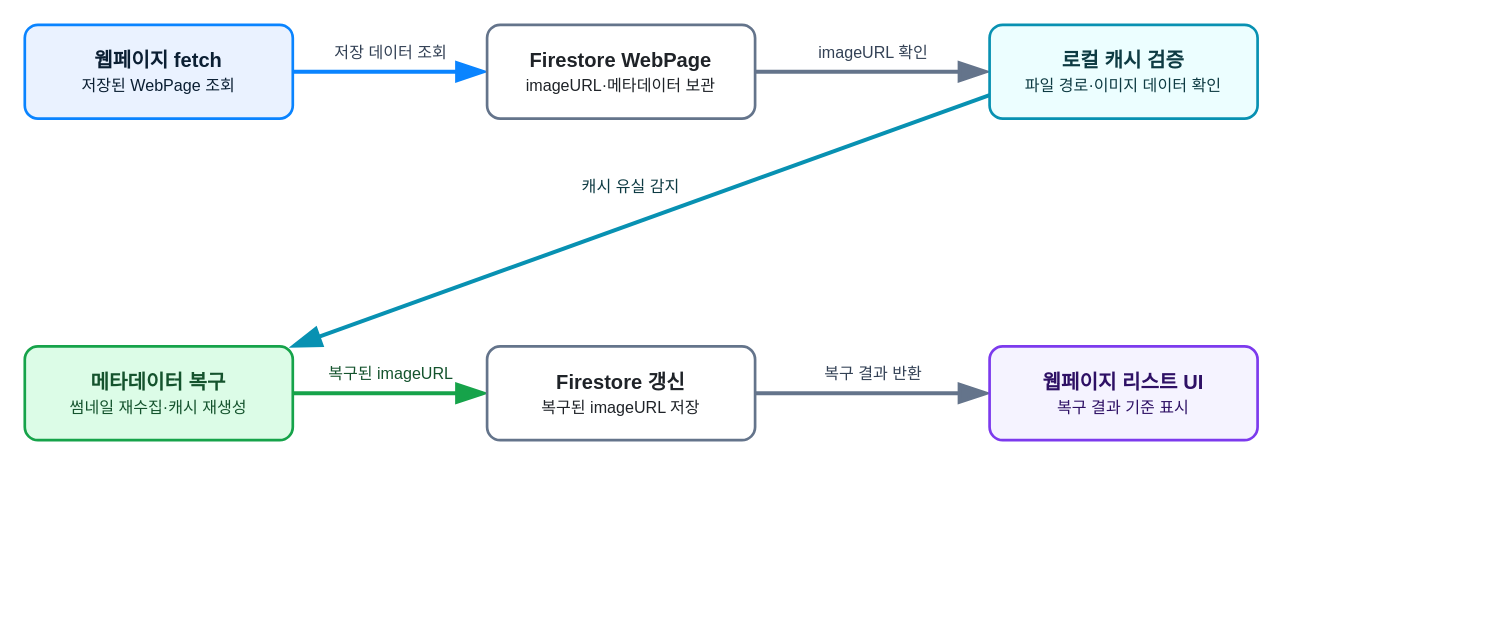
opficdev/DevLog_iOS keeps this draw.io diagram as page "WebPage Image Restore Flow" (4 of 7) of docs/DevLog.drawio. Above is the earlier version. Source tidied: cells renumbered, new cells numbered last; positions are measured from the earlier drawing's top-left corner, leaving out a move shared by most shapes. Both pictures are drawn from the tidied source at 134%, with x=0, y=0 at pixel (24, 24).
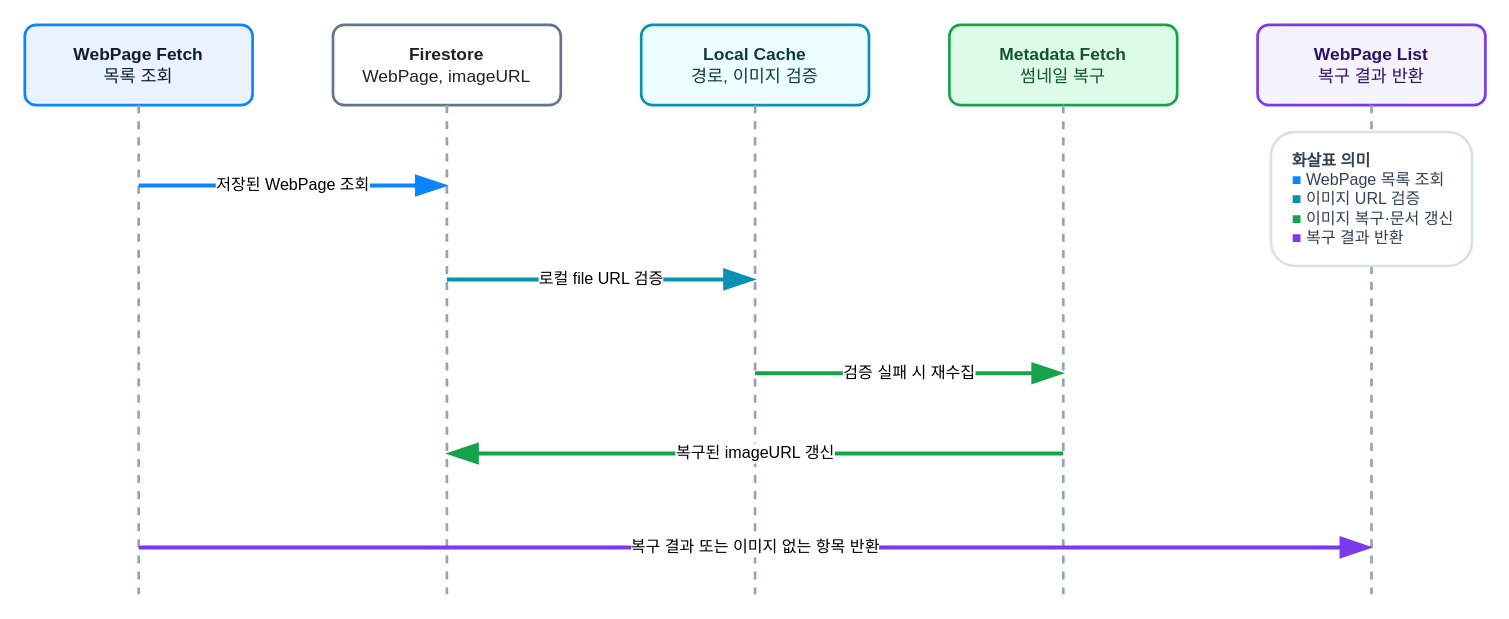
The same diagram, later.

The edit, as a diff of the source:
```diff
@@
-    <mxCell id="2" value="저장 데이터 조회" style="endArrow=blockThin;endFill=1;endSize=16;html=1;rounded=0;strokeColor=#0A84FF;strokeWidth=3;labelBackgroundColor=#FFFFFF;fontSize=12;fontColor=#334155;" parent="1" edge="1" source="7" target="8">
-      <mxGeometry relative="1" as="geometry">
-        <mxPoint y="-14" as="offset" />
-      </mxGeometry>
-    </mxCell>
-    <mxCell id="3" value="imageURL 확인" style="endArrow=blockThin;endFill=1;endSize=16;html=1;rounded=0;strokeColor=#64748B;strokeWidth=3;labelBackgroundColor=#FFFFFF;fontSize=12;fontColor=#334155;" parent="1" edge="1" source="8" target="9">
-      <mxGeometry relative="1" as="geometry">
-        <mxPoint y="-14" as="offset" />
-      </mxGeometry>
-    </mxCell>
-    <mxCell id="4" value="캐시 유실 감지" style="endArrow=blockThin;endFill=1;endSize=16;html=1;rounded=0;strokeColor=#0891B2;strokeWidth=3;labelBackgroundColor=#FFFFFF;fontSize=12;fontColor=#0E3B43;exitX=0;exitY=0.75;exitDx=0;exitDy=0;entryX=0.991;entryY=0.008;entryDx=0;entryDy=0;entryPerimeter=0;" parent="1" edge="1" source="9" target="10">
-      <mxGeometry x="-0.01" y="-26" relative="1" as="geometry" />
-    </mxCell>
-    <mxCell id="5" value="복구된 imageURL" style="endArrow=blockThin;endFill=1;endSize=16;html=1;rounded=0;strokeColor=#16A34A;strokeWidth=3;labelBackgroundColor=#FFFFFF;fontSize=12;fontColor=#14532D;" parent="1" edge="1" source="10" target="11">
-      <mxGeometry relative="1" as="geometry">
-        <mxPoint y="-14" as="offset" />
-      </mxGeometry>
-    </mxCell>
-    <mxCell id="6" value="복구 결과 반환" style="endArrow=blockThin;endFill=1;endSize=16;html=1;rounded=0;strokeColor=#64748B;strokeWidth=3;labelBackgroundColor=#FFFFFF;fontSize=12;fontColor=#334155;" parent="1" edge="1" source="11" target="12">
-      <mxGeometry relative="1" as="geometry">
-        <mxPoint y="-14" as="offset" />
-      </mxGeometry>
-    </mxCell>
-    <mxCell id="7" value="&lt;b&gt;웹페이지 fetch&lt;/b&gt;&lt;div&gt;&lt;span style=&quot;font-size:12px;font-weight:400;&quot;&gt;저장된 WebPage 조회&lt;/span&gt;&lt;/div&gt;" style="rounded=1;arcSize=14;whiteSpace=wrap;html=1;fillColor=#EAF2FF;strokeColor=#0A84FF;strokeWidth=2;fontColor=#0B1F33;fontStyle=1;fontSize=15;" parent="1" vertex="1">
-      <mxGeometry width="200" height="70" as="geometry" />
+    <mxCell id="7" value="&lt;b&gt;WebPage Fetch&lt;/b&gt;&lt;br&gt;&lt;span style=&quot;font-weight: normal;&quot;&gt;목록 조회&lt;/span&gt;" style="rounded=1;arcSize=14;whiteSpace=wrap;html=1;fillColor=#EAF2FF;strokeColor=#0A84FF;strokeWidth=2;fontColor=#0B1F33;fontSize=13;align=center;" parent="1" vertex="1">
+      <mxGeometry width="170" height="60" as="geometry" />
     </mxCell>
-    <mxCell id="8" value="&lt;b&gt;Firestore WebPage&lt;/b&gt;&lt;div&gt;&lt;span style=&quot;font-size:12px;font-weight:400;&quot;&gt;imageURL·메타데이터 보관&lt;/span&gt;&lt;/div&gt;" style="rounded=1;arcSize=14;whiteSpace=wrap;html=1;fillColor=#FFFFFF;strokeColor=#64748B;strokeWidth=2;fontColor=#1F2328;fontStyle=1;fontSize=15;" parent="1" vertex="1">
-      <mxGeometry x="345" width="200" height="70" as="geometry" />
-    </mxCell>
-    <mxCell id="9" value="&lt;b&gt;로컬 캐시 검증&lt;/b&gt;&lt;div&gt;&lt;span style=&quot;font-size:12px;font-weight:400;&quot;&gt;파일 경로·이미지 데이터 확인&lt;/span&gt;&lt;/div&gt;" style="rounded=1;arcSize=14;whiteSpace=wrap;html=1;fillColor=#ECFEFF;strokeColor=#0891B2;strokeWidth=2;fontColor=#0E3B43;fontStyle=1;fontSize=15;" parent="1" vertex="1">
-      <mxGeometry x="720" width="200" height="70" as="geometry" />
-    </mxCell>
+    <mxCell id="13" value="&lt;b&gt;Firestore&lt;/b&gt;&lt;br&gt;&lt;span style=&quot;font-weight: normal;&quot;&gt;WebPage, imageURL&lt;/span&gt;" style="rounded=1;arcSize=14;whiteSpace=wrap;html=1;fillColor=#FFFFFF;strokeColor=#64748B;strokeWidth=2;fontColor=#1F2328;fontSize=13;align=center;" parent="1" vertex="1">
+      <mxGeometry x="230" width="170" height="60" as="geometry" />
+    </mxCell>
+    <mxCell id="14" value="&lt;b&gt;Local Cache&lt;/b&gt;&lt;br&gt;&lt;span style=&quot;font-weight: normal;&quot;&gt;경로, 이미지 검증&lt;/span&gt;" style="rounded=1;arcSize=14;whiteSpace=wrap;html=1;fillColor=#ECFEFF;strokeColor=#0891B2;strokeWidth=2;fontColor=#0E3B43;fontSize=13;align=center;" parent="1" vertex="1">
+      <mxGeometry x="460" width="170" height="60" as="geometry" />
+    </mxCell>
+    <mxCell id="15" value="&lt;b&gt;Metadata Fetch&lt;/b&gt;&lt;br&gt;&lt;span style=&quot;font-weight: normal;&quot;&gt;썸네일 복구&lt;/span&gt;" style="rounded=1;arcSize=14;whiteSpace=wrap;html=1;fillColor=#DCFCE7;strokeColor=#16A34A;strokeWidth=2;fontColor=#14532D;fontSize=13;align=center;" parent="1" vertex="1">
+      <mxGeometry x="690" width="170" height="60" as="geometry" />
+    </mxCell>
+    <mxCell id="16" value="&lt;b&gt;WebPage List&lt;/b&gt;&lt;br&gt;&lt;span style=&quot;font-weight: normal;&quot;&gt;복구 결과 반환&lt;/span&gt;" style="rounded=1;arcSize=14;whiteSpace=wrap;html=1;fillColor=#F5F3FF;strokeColor=#7C3AED;strokeWidth=2;fontColor=#2E1065;fontSize=13;align=center;" parent="1" vertex="1">
+      <mxGeometry x="920" width="170" height="60" as="geometry" />
+    </mxCell>
+    <mxCell id="17" style="html=1;endArrow=none;dashed=1;strokeColor=#94A3B8;strokeWidth=2;" parent="1" edge="1">
+      <mxGeometry relative="1" as="geometry">
+        <mxPoint x="85" y="60" as="sourcePoint" />
+        <mxPoint x="85" y="425" as="targetPoint" />
+      </mxGeometry>
+    </mxCell>
+    <mxCell id="18" style="html=1;endArrow=none;dashed=1;strokeColor=#94A3B8;strokeWidth=2;" parent="1" edge="1">
+      <mxGeometry relative="1" as="geometry">
+        <mxPoint x="315" y="60" as="sourcePoint" />
+        <mxPoint x="315" y="425" as="targetPoint" />
+      </mxGeometry>
+    </mxCell>
+    <mxCell id="19" style="html=1;endArrow=none;dashed=1;strokeColor=#94A3B8;strokeWidth=2;" parent="1" edge="1">
+      <mxGeometry relative="1" as="geometry">
+        <mxPoint x="545" y="60" as="sourcePoint" />
+        <mxPoint x="545" y="425" as="targetPoint" />
+      </mxGeometry>
+    </mxCell>
+    <mxCell id="20" style="html=1;endArrow=none;dashed=1;strokeColor=#94A3B8;strokeWidth=2;" parent="1" edge="1">
+      <mxGeometry relative="1" as="geometry">
+        <mxPoint x="775" y="60" as="sourcePoint" />
+        <mxPoint x="775" y="425" as="targetPoint" />
+      </mxGeometry>
+    </mxCell>
+    <mxCell id="21" style="html=1;endArrow=none;dashed=1;strokeColor=#94A3B8;strokeWidth=2;" parent="1" edge="1">
+      <mxGeometry relative="1" as="geometry">
+        <mxPoint x="1005" y="60" as="sourcePoint" />
+        <mxPoint x="1005" y="425" as="targetPoint" />
+      </mxGeometry>
+    </mxCell>
+    <mxCell id="22" value="저장된 WebPage 조회" style="endArrow=blockThin;endFill=1;endSize=16;html=1;rounded=1;strokeColor=#0A84FF;strokeWidth=3;labelBackgroundColor=#FFFFFF;fontSize=12;" parent="1" edge="1">
+      <mxGeometry relative="1" as="geometry">
+        <mxPoint x="85" y="120" as="sourcePoint" />
+        <mxPoint x="315" y="120" as="targetPoint" />
+      </mxGeometry>
+    </mxCell>
+    <mxCell id="23" value="로컬 file URL 검증" style="endArrow=blockThin;endFill=1;endSize=16;html=1;rounded=1;strokeColor=#0891B2;strokeWidth=3;labelBackgroundColor=#FFFFFF;fontSize=12;" parent="1" edge="1">
+      <mxGeometry relative="1" as="geometry">
+        <mxPoint x="315" y="190" as="sourcePoint" />
+        <mxPoint x="545" y="190" as="targetPoint" />
+      </mxGeometry>
+    </mxCell>
-    <mxCell id="10" value="&lt;b&gt;메타데이터 복구&lt;/b&gt;&lt;div&gt;&lt;span style=&quot;font-size:12px;font-weight:400;&quot;&gt;썸네일 재수집·캐시 재생성&lt;/span&gt;&lt;/div&gt;" style="rounded=1;arcSize=14;whiteSpace=wrap;html=1;fillColor=#DCFCE7;strokeColor=#16A34A;strokeWidth=2;fontColor=#14532D;fontStyle=1;fontSize=15;" parent="1" vertex="1">
-      <mxGeometry y="240" width="200" height="70" as="geometry" />
+    <mxCell id="10" value="검증 실패 시 재수집" style="endArrow=blockThin;endFill=1;endSize=16;html=1;rounded=1;strokeColor=#16A34A;strokeWidth=3;labelBackgroundColor=#FFFFFF;fontSize=12;" parent="1" edge="1">
+      <mxGeometry relative="1" as="geometry">
+        <mxPoint x="545" y="260" as="sourcePoint" />
+        <mxPoint x="775" y="260" as="targetPoint" />
+      </mxGeometry>
     </mxCell>
-    <mxCell id="11" value="&lt;b&gt;Firestore 갱신&lt;/b&gt;&lt;div&gt;&lt;span style=&quot;font-size:12px;font-weight:400;&quot;&gt;복구된 imageURL 저장&lt;/span&gt;&lt;/div&gt;" style="rounded=1;arcSize=14;whiteSpace=wrap;html=1;fillColor=#FFFFFF;strokeColor=#64748B;strokeWidth=2;fontColor=#1F2328;fontStyle=1;fontSize=15;" parent="1" vertex="1">
-      <mxGeometry x="345" y="240" width="200" height="70" as="geometry" />
-    </mxCell>
-    <mxCell id="12" value="&lt;b&gt;웹페이지 리스트 UI&lt;/b&gt;&lt;div&gt;&lt;span style=&quot;font-size:12px;font-weight:400;&quot;&gt;복구 결과 기준 표시&lt;/span&gt;&lt;/div&gt;" style="rounded=1;arcSize=14;whiteSpace=wrap;html=1;fillColor=#F5F3FF;strokeColor=#7C3AED;strokeWidth=2;fontColor=#2E1065;fontStyle=1;fontSize=15;" parent="1" vertex="1">
-      <mxGeometry x="720" y="240" width="200" height="70" as="geometry" />
-    </mxCell>
+    <mxCell id="24" value="복구된 imageURL 갱신" style="endArrow=blockThin;endFill=1;endSize=16;html=1;rounded=1;strokeColor=#16A34A;strokeWidth=3;labelBackgroundColor=#FFFFFF;fontSize=12;" parent="1" edge="1">
+      <mxGeometry relative="1" as="geometry">
+        <mxPoint x="775" y="320" as="sourcePoint" />
+        <mxPoint x="315" y="320" as="targetPoint" />
+      </mxGeometry>
+    </mxCell>
+    <mxCell id="25" value="복구 결과 또는 이미지 없는 항목 반환" style="endArrow=blockThin;endFill=1;endSize=16;html=1;rounded=1;strokeColor=#7C3AED;strokeWidth=3;labelBackgroundColor=#FFFFFF;fontSize=12;" parent="1" edge="1">
+      <mxGeometry relative="1" as="geometry">
+        <mxPoint x="85" y="390" as="sourcePoint" />
+        <mxPoint x="1005" y="390" as="targetPoint" />
+      </mxGeometry>
+    </mxCell>
+    <mxCell id="26" value="&lt;b&gt;화살표 의미&lt;/b&gt;&lt;br&gt;&lt;font color=&quot;#0A84FF&quot;&gt;■&lt;/font&gt; WebPage 목록 조회&lt;br&gt;&lt;font color=&quot;#0891B2&quot;&gt;■&lt;/font&gt; 이미지 URL 검증&lt;br&gt;&lt;font color=&quot;#16A34A&quot;&gt;■&lt;/font&gt; 이미지 복구·문서 갱신&lt;br&gt;&lt;font color=&quot;#7C3AED&quot;&gt;■&lt;/font&gt; 복구 결과 반환" style="rounded=1;arcSize=18;whiteSpace=wrap;html=1;fillColor=#FFFFFF;strokeColor=#D8E0EA;strokeWidth=2;fontColor=#334155;fontSize=12;align=left;spacingLeft=14;" parent="1" vertex="1">
+      <mxGeometry x="930" y="80" width="150" height="100" as="geometry" />
+    </mxCell>
```
